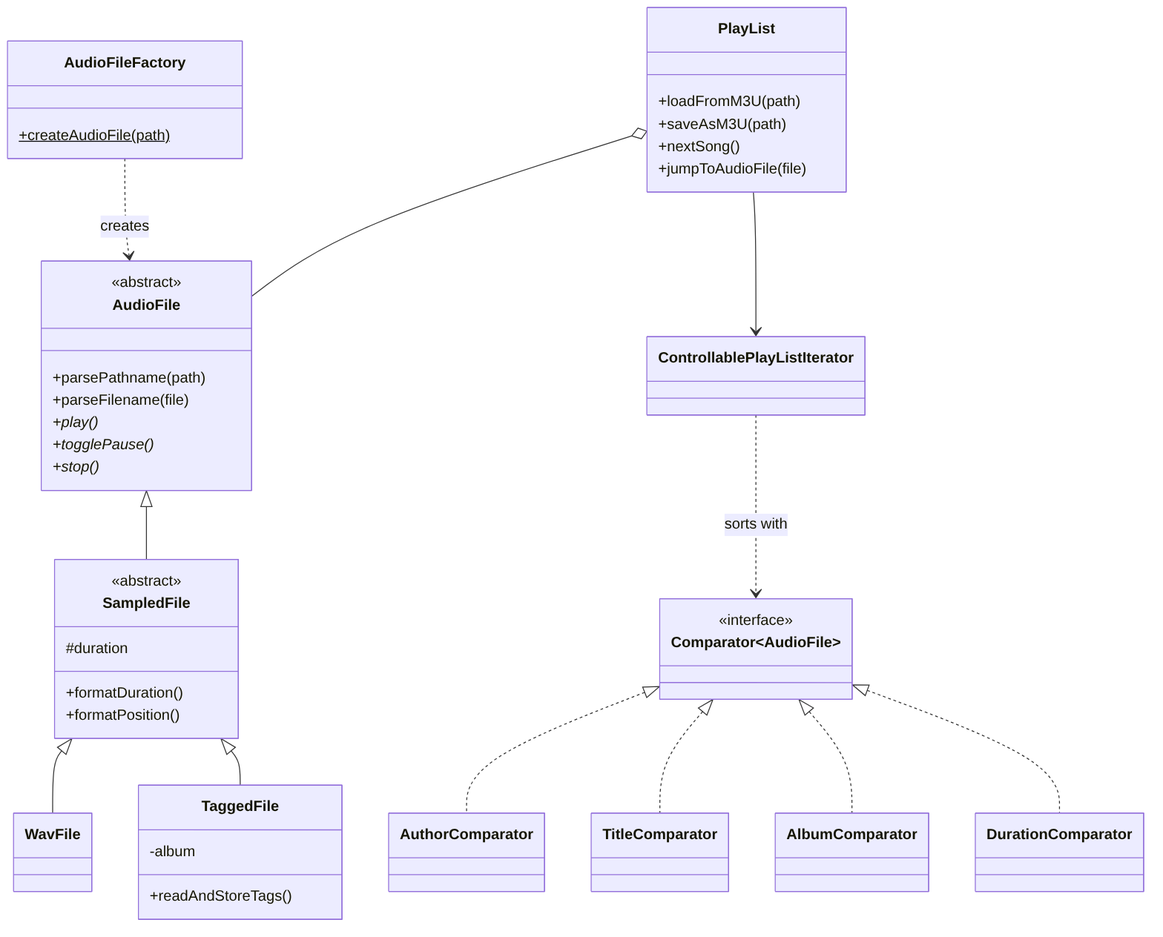
Above: docs/class-diagram.png in FurkanSamli/javafx-audio-player (Mermaid), before the change. Its source is kept beside it as docs/class-diagram.mmd. Source of this version:
```mermaid
classDiagram
    direction TB
    class AudioFile {
        <<abstract>>
        +parsePathname(path)
        +parseFilename(file)
        +play()*
        +togglePause()*
        +stop()*
    }
    class SampledFile {
        <<abstract>>
        #duration
        +formatDuration()
        +formatPosition()
    }
    class WavFile
    class TaggedFile {
        -album
        +readAndStoreTags()
    }
    class AudioFileFactory {
        +createAudioFile(path)$
    }
    class PlayList {
        +loadFromM3U(path)
        +saveAsM3U(path)
        +nextSong()
        +jumpToAudioFile(file)
    }
    class ControllablePlayListIterator
    class Comparator~AudioFile~ {
        <<interface>>
    }

    AudioFile <|-- SampledFile
    SampledFile <|-- WavFile
    SampledFile <|-- TaggedFile
    AudioFileFactory ..> AudioFile : creates
    PlayList o-- AudioFile
    PlayList --> ControllablePlayListIterator
    ControllablePlayListIterator ..> Comparator~AudioFile~ : sorts with
    Comparator~AudioFile~ <|.. AuthorComparator
    Comparator~AudioFile~ <|.. TitleComparator
    Comparator~AudioFile~ <|.. AlbumComparator
    Comparator~AudioFile~ <|.. DurationComparator
```
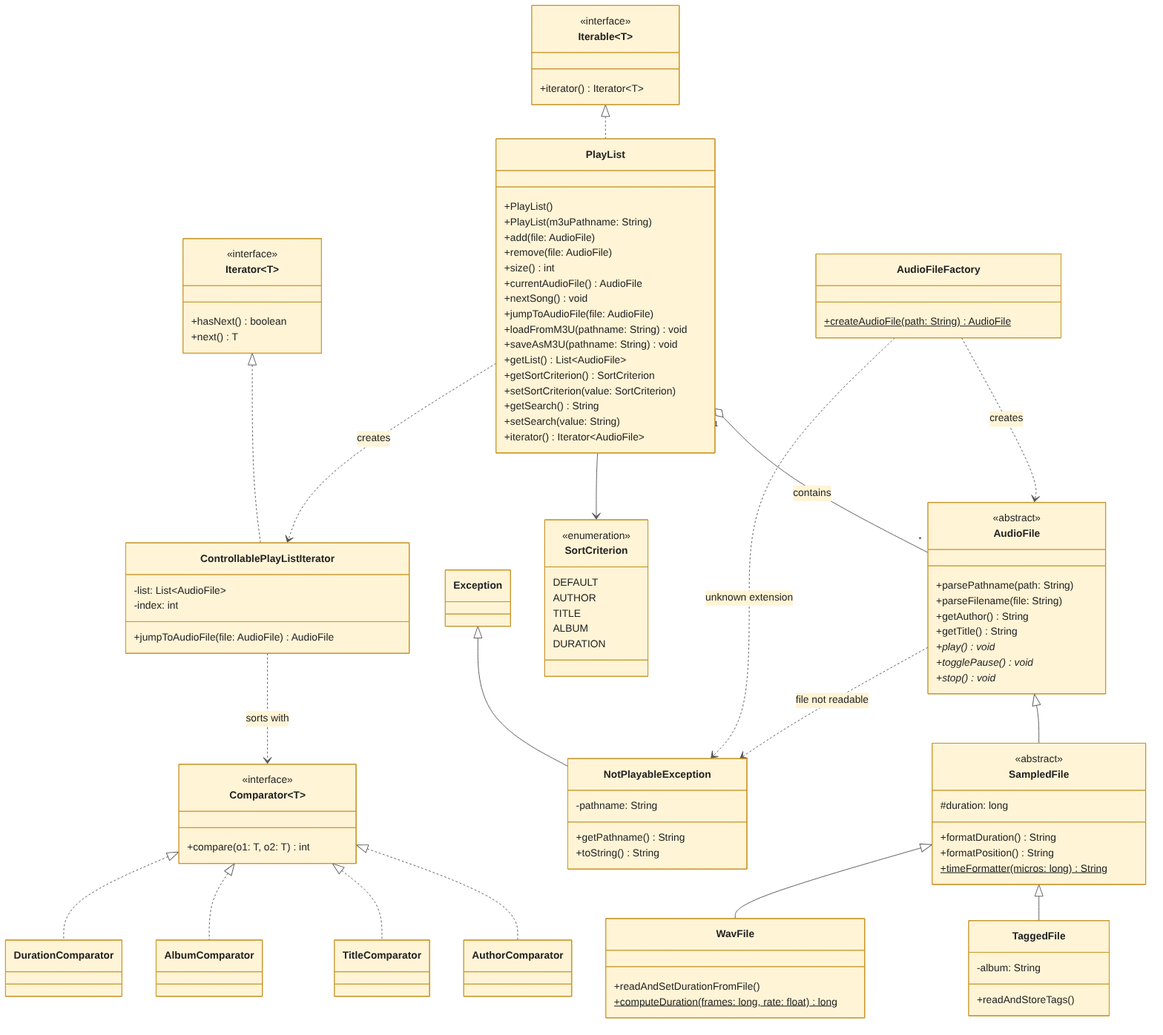
Above is the later version.

Commit message:
Expand class diagram with interfaces, exceptions and relationships

What changed in the source:
```diff
@@ -1,46 +1,106 @@
 classDiagram
     direction TB
+
+    class Iterable~T~ {
+        <<interface>>
+        +iterator() Iterator~T~
+    }
+    class Iterator~T~ {
+        <<interface>>
+        +hasNext() boolean
+        +next() T
+    }
+    class Comparator~T~ {
+        <<interface>>
+        +compare(o1: T, o2: T) int
+    }
+    class Exception
+
+    class PlayList {
+        +PlayList()
+        +PlayList(m3uPathname: String)
+        +add(file: AudioFile)
+        +remove(file: AudioFile)
+        +size() int
+        +currentAudioFile() AudioFile
+        +nextSong() void
+        +jumpToAudioFile(file: AudioFile)
+        +loadFromM3U(pathname: String) void
+        +saveAsM3U(pathname: String) void
+        +getList() List~AudioFile~
+        +getSortCriterion() SortCriterion
+        +setSortCriterion(value: SortCriterion)
+        +getSearch() String
+        +setSearch(value: String)
+        +iterator() Iterator~AudioFile~
+    }
+    class ControllablePlayListIterator {
+        -list: List~AudioFile~
+        -index: int
+        +jumpToAudioFile(file: AudioFile) AudioFile
+    }
+    class SortCriterion {
+        <<enumeration>>
+        DEFAULT
+        AUTHOR
+        TITLE
+        ALBUM
+        DURATION
+    }
+    class NotPlayableException {
+        -pathname: String
+        +getPathname() String
+        +toString() String
+    }
+    class AudioFileFactory {
+        +createAudioFile(path: String)$ AudioFile
+    }
     class AudioFile {
         <<abstract>>
-        +parsePathname(path)
-        +parseFilename(file)
-        +play()*
-        +togglePause()*
-        +stop()*
+        +parsePathname(path: String)
+        +parseFilename(file: String)
+        +getAuthor() String
+        +getTitle() String
+        +play()* void
+        +togglePause()* void
+        +stop()* void
     }
     class SampledFile {
         <<abstract>>
-        #duration
-        +formatDuration()
-        +formatPosition()
+        #duration: long
+        +formatDuration() String
+        +formatPosition() String
+        +timeFormatter(micros: long)$ String
     }
-    class WavFile
     class TaggedFile {
-        -album
+        -album: String
         +readAndStoreTags()
     }
-    class AudioFileFactory {
-        +createAudioFile(path)$
+    class WavFile {
+        +readAndSetDurationFromFile()
+        +computeDuration(frames: long, rate: float)$ long
     }
-    class PlayList {
-        +loadFromM3U(path)
-        +saveAsM3U(path)
-        +nextSong()
-        +jumpToAudioFile(file)
-    }
-    class ControllablePlayListIterator
-    class Comparator~AudioFile~ {
-        <<interface>>
-    }
+    class AuthorComparator
+    class TitleComparator
+    class AlbumComparator
+    class DurationComparator
 
+
+    Iterable~T~ <|.. PlayList
+    Iterator~T~ <|.. ControllablePlayListIterator
+    Exception <|-- NotPlayableException
+    Comparator~T~ <|.. AuthorComparator
+    Comparator~T~ <|.. TitleComparator
+    Comparator~T~ <|.. AlbumComparator
+    Comparator~T~ <|.. DurationComparator
     AudioFile <|-- SampledFile
+    SampledFile <|-- TaggedFile
     SampledFile <|-- WavFile
-    SampledFile <|-- TaggedFile
+
+    PlayList "1" o-- "*" AudioFile : contains
+    PlayList --> SortCriterion
+    PlayList ..> ControllablePlayListIterator : creates
+    ControllablePlayListIterator ..> Comparator~T~ : sorts with
     AudioFileFactory ..> AudioFile : creates
-    PlayList o-- AudioFile
-    PlayList --> ControllablePlayListIterator
-    ControllablePlayListIterator ..> Comparator~AudioFile~ : sorts with
-    Comparator~AudioFile~ <|.. AuthorComparator
-    Comparator~AudioFile~ <|.. TitleComparator
-    Comparator~AudioFile~ <|.. AlbumComparator
-    Comparator~AudioFile~ <|.. DurationComparator
+    AudioFileFactory ..> NotPlayableException : unknown extension
+    AudioFile ..> NotPlayableException : file not readable
```
